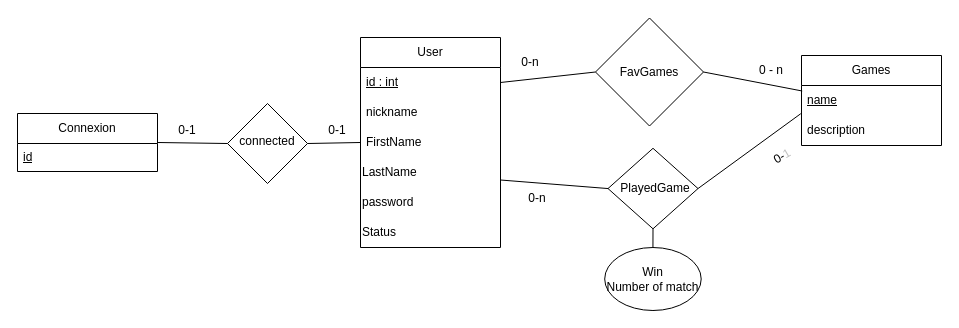
Above: BDD-schema.drawio in tagadouille/site-de-jeu (draw.io), before the change. Source tidied: cells renumbered, new cells numbered last; positions are measured from the earlier drawing's top-left corner, leaving out a move shared by most shapes. Both pictures are drawn from the tidied source at 100%, with x=0, y=0 at pixel (17, 17).
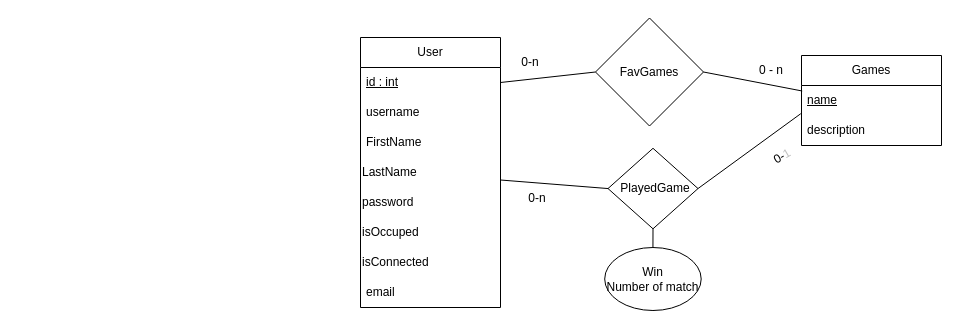
The same diagram, later.

Commit message (it also covers changes not shown here):
Modification du schéma et création du fichier SQL pour créer les tables de la base de donnée

The edit, as a diff of the source:
```diff
@@
-    <mxCell id="6" value="Connexion" style="swimlane;fontStyle=0;horizontal=1;startSize=30;whiteSpace=wrap;html=1;" parent="1" vertex="1">
-      <mxGeometry y="96" width="140" height="58" as="geometry" />
-    </mxCell>
-    <mxCell id="7" value="&lt;u&gt;id&lt;/u&gt;" style="text;strokeColor=none;fillColor=none;align=left;verticalAlign=middle;spacingLeft=4;spacingRight=4;overflow=hidden;whiteSpace=wrap;html=1;" parent="6" vertex="1">
-      <mxGeometry y="30" width="140" height="28" as="geometry" />
-    </mxCell>
@@
-    <mxCell id="9" style="rhombus;whiteSpace=wrap;html=1;" parent="1" vertex="1">
-      <mxGeometry x="210" y="86" width="80" height="80" as="geometry" />
-    </mxCell>
@@
-    <mxCell id="15" style="endArrow=none;html=1;rounded=0;exitX=1;exitY=0.5;exitDx=0;exitDy=0;entryX=0;entryY=0.5;entryDx=0;entryDy=0;" parent="1" edge="1" source="9" target="16">
-      <mxGeometry relative="1" as="geometry" />
-    </mxCell>
     <mxCell id="16" value="User" style="swimlane;fontStyle=0;horizontal=1;startSize=30;whiteSpace=wrap;html=1;" parent="1" vertex="1">
-      <mxGeometry x="343" y="20" width="140" height="210" as="geometry" />
+      <mxGeometry x="343" y="20" width="140" height="270" as="geometry" />
     </mxCell>
@@
-    <mxCell id="18" value="nickname" style="text;strokeColor=none;fillColor=none;align=left;verticalAlign=middle;spacingLeft=4;spacingRight=4;overflow=hidden;whiteSpace=wrap;html=1;" parent="16" vertex="1">
+    <mxCell id="18" value="username" style="text;strokeColor=none;fillColor=none;align=left;verticalAlign=middle;spacingLeft=4;spacingRight=4;overflow=hidden;whiteSpace=wrap;html=1;" parent="16" vertex="1">
       <mxGeometry y="60" width="140" height="30" as="geometry" />
     </mxCell>
@@
-    <mxCell id="22" value="Status" style="text;html=1;align=left;verticalAlign=middle;whiteSpace=wrap;rounded=0;" parent="16" vertex="1">
+    <mxCell id="22" value="isOccuped" style="text;html=1;align=left;verticalAlign=middle;whiteSpace=wrap;rounded=0;" parent="16" vertex="1">
       <mxGeometry y="180" width="140" height="30" as="geometry" />
     </mxCell>
+    <mxCell id="33" value="isConnected" style="text;html=1;align=left;verticalAlign=middle;whiteSpace=wrap;rounded=0;" parent="16" vertex="1">
+      <mxGeometry y="210" width="140" height="30" as="geometry" />
+    </mxCell>
+    <mxCell id="34" value="email" style="text;strokeColor=none;fillColor=none;align=left;verticalAlign=middle;spacingLeft=4;spacingRight=4;overflow=hidden;whiteSpace=wrap;html=1;" parent="16" vertex="1">
+      <mxGeometry y="240" width="140" height="30" as="geometry" />
+    </mxCell>
@@
-    <mxCell id="26" style="endArrow=none;html=1;exitX=1;exitY=0.5;exitDx=0;exitDy=0;entryX=0;entryY=0.5;entryDx=0;entryDy=0;" parent="1" edge="1" source="6" target="9">
-      <mxGeometry relative="1" as="geometry" />
-    </mxCell>
-    <mxCell id="27" value="connected" style="text;html=1;align=center;verticalAlign=middle;whiteSpace=wrap;rounded=0;" parent="1" vertex="1">
-      <mxGeometry x="220" y="108.5" width="60" height="30" as="geometry" />
-    </mxCell>
@@
-    <mxCell id="31" value="0-1" style="text;html=1;align=center;verticalAlign=middle;whiteSpace=wrap;rounded=0;" parent="1" vertex="1">
-      <mxGeometry x="140" y="98" width="60" height="30" as="geometry" />
-    </mxCell>
-    <mxCell id="32" value="0-1" style="text;html=1;align=center;verticalAlign=middle;whiteSpace=wrap;rounded=0;" parent="1" vertex="1">
-      <mxGeometry x="290" y="98" width="60" height="30" as="geometry" />
-    </mxCell>
```
